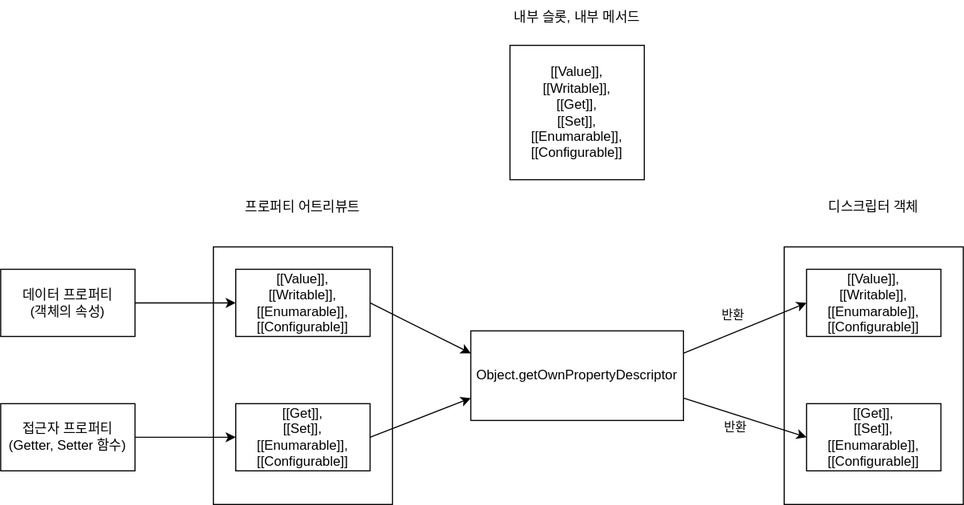
The draw.io diagram JavaScript/프로퍼티 어트리뷰트/property-attribute.drawio.svg in daniel-juyeon-kim/archive, before a commit. Source tidied: cells renumbered, new cells last; positions are measured from the earlier drawing's top-left corner, leaving out a move shared by most shapes.
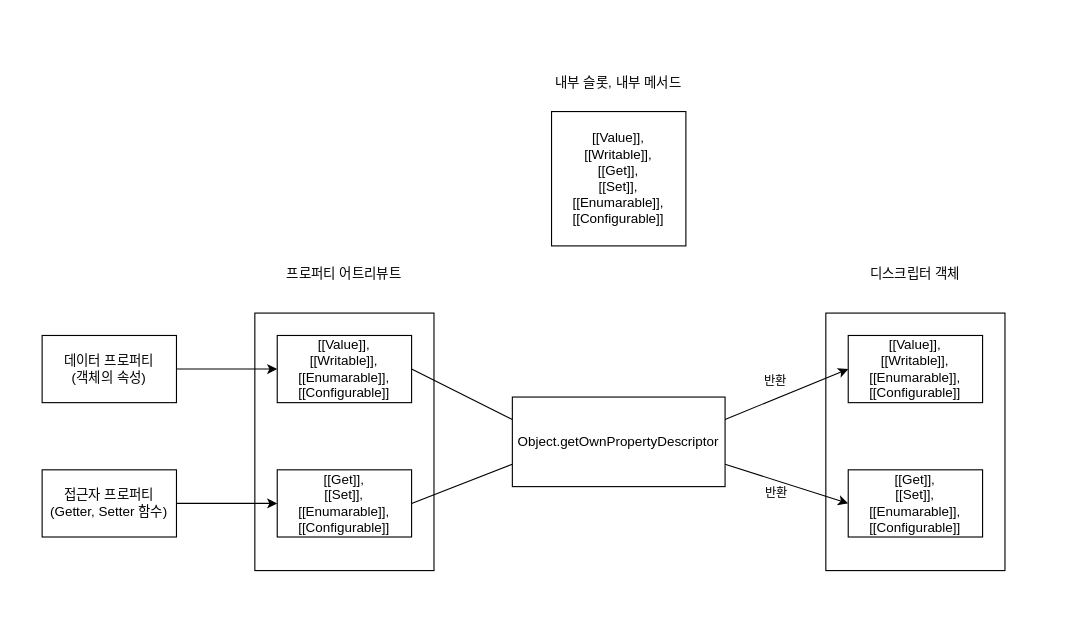
Later version of the same file.

What changed in the source:
```diff
@@ -1,7 +1,10 @@
-<mxGraphModel>
+<mxGraphModel background="#ffffff">
   <root>
     <mxCell id="0" />
     <mxCell id="1" parent="0" />
+    <mxCell id="23" style="rounded=0;whiteSpace=wrap;html=1;strokeColor=none;" parent="1" vertex="1">
+      <mxGeometry x="-37" y="-59" width="968" height="565" as="geometry" />
+    </mxCell>
     <mxCell id="2" style="rounded=0;whiteSpace=wrap;html=1;fillColor=none;" parent="1" vertex="1">
       <mxGeometry x="700" y="220" width="160" height="230" as="geometry" />
     </mxCell>
@@ -20,13 +23,13 @@
     <mxCell id="7" value="접근자 프로퍼티&lt;br&gt;(Getter, Setter 함수)" style="whiteSpace=wrap;html=1;rounded=0;" parent="1" vertex="1">
       <mxGeometry y="360" width="120" height="60" as="geometry" />
     </mxCell>
-    <mxCell id="8" style="edgeStyle=none;html=1;exitX=1;exitY=0.5;exitDx=0;exitDy=0;fontColor=default;entryX=0;entryY=0.25;entryDx=0;entryDy=0;" parent="1" edge="1" source="9" target="19">
+    <mxCell id="8" style="edgeStyle=none;html=1;exitX=1;exitY=0.5;exitDx=0;exitDy=0;fontColor=default;entryX=0;entryY=0.25;entryDx=0;entryDy=0;endArrow=none;endFill=0;" parent="1" edge="1" source="9" target="19">
       <mxGeometry relative="1" as="geometry" />
     </mxCell>
     <mxCell id="9" value="&lt;span style=&quot;text-align: left;&quot;&gt;[[Value]],&lt;br&gt;[[Writable]],&lt;br&gt;[[Enumarable]],[[Configurable]]&lt;/span&gt;" style="html=1;rounded=0;whiteSpace=wrap;" parent="1" vertex="1">
       <mxGeometry x="210" y="240" width="120" height="60" as="geometry" />
     </mxCell>
-    <mxCell id="10" style="edgeStyle=none;html=1;exitX=1;exitY=0.5;exitDx=0;exitDy=0;fontColor=default;entryX=0;entryY=0.75;entryDx=0;entryDy=0;" parent="1" edge="1" source="11" target="19">
+    <mxCell id="10" style="edgeStyle=none;html=1;exitX=1;exitY=0.5;exitDx=0;exitDy=0;fontColor=default;entryX=0;entryY=0.75;entryDx=0;entryDy=0;endArrow=none;endFill=0;" parent="1" edge="1" source="11" target="19">
       <mxGeometry relative="1" as="geometry" />
     </mxCell>
     <mxCell id="11" value="&lt;span style=&quot;text-align: left;&quot;&gt;[[Get]],&lt;br&gt;[[Set]],&lt;br&gt;[[Enumarable]],&lt;br&gt;[[Configurable]]&lt;/span&gt;" style="whiteSpace=wrap;html=1;rounded=0;" parent="1" vertex="1">
```
